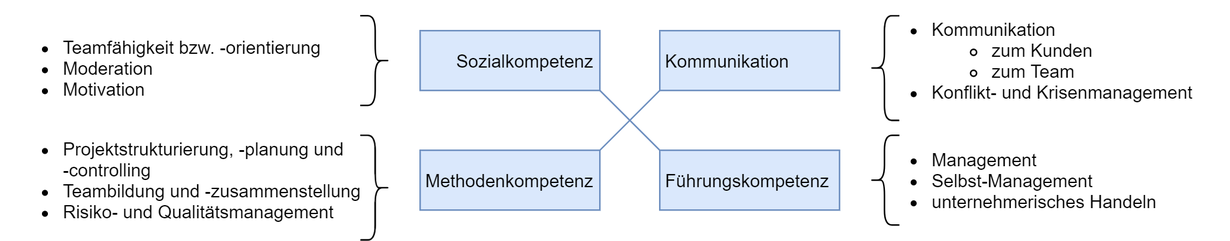
This is src/main/resources/images/kompetenzen_projektleiter_001.png from algoristic/dewey, a draw.io export, as it was before one commit. Source tidied: cells renumbered, new cells last; positions are measured from the earlier drawing's top-left corner, leaving out a move shared by most shapes.
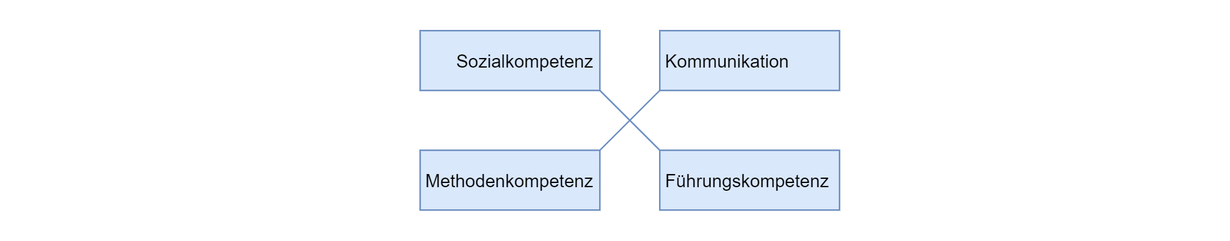
Above is the later version.

Commit message:
💄 Darkmode auch bei Bildern

Diff of the diagram source:
```diff
@@ -1,4 +1,4 @@
-<mxGraphModel>
+<mxGraphModel background="#3D3D3D">
   <root>
     <mxCell id="0" />
     <mxCell id="1" parent="0" />
@@ -20,28 +20,28 @@
     <mxCell id="7" style="endArrow=none;html=1;exitX=1;exitY=1;exitDx=0;exitDy=0;entryX=0;entryY=0;entryDx=0;entryDy=0;fillColor=#dae8fc;strokeColor=#6c8ebf;" parent="1" edge="1" source="2" target="5">
       <mxGeometry relative="1" as="geometry" />
     </mxCell>
-    <mxCell id="8" value="&lt;ul&gt;&lt;li&gt;Management&lt;/li&gt;&lt;li&gt;Selbst-Management&lt;/li&gt;&lt;li&gt;unternehmerisches Handeln&lt;/li&gt;&lt;/ul&gt;" style="text;html=1;strokeColor=none;fillColor=none;align=left;verticalAlign=middle;whiteSpace=wrap;rounded=0;" parent="1" vertex="1">
+    <mxCell id="8" value="&lt;ul&gt;&lt;li&gt;Management&lt;/li&gt;&lt;li&gt;Selbst-Management&lt;/li&gt;&lt;li&gt;unternehmerisches Handeln&lt;/li&gt;&lt;/ul&gt;" style="text;html=1;strokeColor=none;fillColor=none;align=left;verticalAlign=middle;whiteSpace=wrap;rounded=0;fontColor=#FFFFFF;" parent="1" vertex="1">
       <mxGeometry x="580" y="90" width="210" height="40" as="geometry" />
     </mxCell>
-    <mxCell id="9" value="&lt;ul&gt;&lt;li&gt;Kommunikation&lt;/li&gt;&lt;ul&gt;&lt;li&gt;zum Kunden&lt;/li&gt;&lt;li&gt;zum Team&lt;/li&gt;&lt;/ul&gt;&lt;li&gt;Konflikt- und Krisenmanagement&lt;/li&gt;&lt;/ul&gt;" style="text;html=1;strokeColor=none;fillColor=none;align=left;verticalAlign=middle;whiteSpace=wrap;rounded=0;" parent="1" vertex="1">
+    <mxCell id="9" value="&lt;ul&gt;&lt;li&gt;Kommunikation&lt;/li&gt;&lt;ul&gt;&lt;li&gt;zum Kunden&lt;/li&gt;&lt;li&gt;zum Team&lt;/li&gt;&lt;/ul&gt;&lt;li&gt;Konflikt- und Krisenmanagement&lt;/li&gt;&lt;/ul&gt;" style="text;html=1;strokeColor=none;fillColor=none;align=left;verticalAlign=middle;whiteSpace=wrap;rounded=0;fontColor=#FFFFFF;" parent="1" vertex="1">
       <mxGeometry x="580" width="240" height="60" as="geometry" />
     </mxCell>
-    <mxCell id="10" value="&lt;ul&gt;&lt;li&gt;Teamfähigkeit bzw. -orientierung&lt;/li&gt;&lt;li style=&quot;&quot;&gt;Moderation&lt;/li&gt;&lt;li style=&quot;&quot;&gt;Motivation&lt;/li&gt;&lt;/ul&gt;" style="text;html=1;strokeColor=none;fillColor=none;align=left;verticalAlign=middle;whiteSpace=wrap;rounded=0;" parent="1" vertex="1">
+    <mxCell id="10" value="&lt;ul&gt;&lt;li&gt;Teamfähigkeit bzw. -orientierung&lt;/li&gt;&lt;li style=&quot;&quot;&gt;Moderation&lt;/li&gt;&lt;li style=&quot;&quot;&gt;Motivation&lt;/li&gt;&lt;/ul&gt;" style="text;html=1;strokeColor=none;fillColor=none;align=left;verticalAlign=middle;whiteSpace=wrap;rounded=0;fontColor=#FFFFFF;" parent="1" vertex="1">
       <mxGeometry y="10" width="250" height="50" as="geometry" />
     </mxCell>
-    <mxCell id="11" value="&lt;ul&gt;&lt;li&gt;Projektstrukturierung, -planung und&lt;br&gt;-controlling&lt;/li&gt;&lt;li&gt;Teambildung und -zusammenstellung&lt;/li&gt;&lt;li&gt;Risiko- und Qualitätsmanagement&lt;/li&gt;&lt;/ul&gt;" style="text;html=1;strokeColor=none;fillColor=none;align=left;verticalAlign=middle;whiteSpace=wrap;rounded=0;" parent="1" vertex="1">
+    <mxCell id="11" value="&lt;ul&gt;&lt;li&gt;Projektstrukturierung, -planung und&lt;br&gt;-controlling&lt;/li&gt;&lt;li&gt;Teambildung und -zusammenstellung&lt;/li&gt;&lt;li&gt;Risiko- und Qualitätsmanagement&lt;/li&gt;&lt;/ul&gt;" style="text;html=1;strokeColor=none;fillColor=none;align=left;verticalAlign=middle;whiteSpace=wrap;rounded=0;fontColor=#FFFFFF;" parent="1" vertex="1">
       <mxGeometry y="75" width="250" height="70" as="geometry" />
     </mxCell>
-    <mxCell id="12" style="shape=curlyBracket;whiteSpace=wrap;html=1;rounded=1;shadow=0;glass=0;sketch=0;align=left;" parent="1" vertex="1">
+    <mxCell id="12" style="shape=curlyBracket;whiteSpace=wrap;html=1;rounded=1;shadow=0;glass=0;sketch=0;align=left;strokeColor=#FFFFFF;" parent="1" vertex="1">
       <mxGeometry x="580" width="20" height="70" as="geometry" />
     </mxCell>
-    <mxCell id="13" style="shape=curlyBracket;whiteSpace=wrap;html=1;rounded=1;shadow=0;glass=0;sketch=0;align=left;" parent="1" vertex="1">
+    <mxCell id="13" style="shape=curlyBracket;whiteSpace=wrap;html=1;rounded=1;shadow=0;glass=0;sketch=0;align=left;strokeColor=#FFFFFF;" parent="1" vertex="1">
       <mxGeometry x="580" y="80" width="20" height="60" as="geometry" />
     </mxCell>
-    <mxCell id="14" style="shape=curlyBracket;whiteSpace=wrap;html=1;rounded=1;shadow=0;glass=0;sketch=0;align=left;rotation=-180;" parent="1" vertex="1">
+    <mxCell id="14" style="shape=curlyBracket;whiteSpace=wrap;html=1;rounded=1;shadow=0;glass=0;sketch=0;align=left;rotation=-180;fontColor=#FFFFFF;strokeColor=#FFFFFF;" parent="1" vertex="1">
       <mxGeometry x="240" width="20" height="60" as="geometry" />
     </mxCell>
-    <mxCell id="15" style="shape=curlyBracket;whiteSpace=wrap;html=1;rounded=1;shadow=0;glass=0;sketch=0;align=left;rotation=-180;" parent="1" vertex="1">
+    <mxCell id="15" style="shape=curlyBracket;whiteSpace=wrap;html=1;rounded=1;shadow=0;glass=0;sketch=0;align=left;rotation=-180;fontColor=#FFFFFF;strokeColor=#FFFFFF;" parent="1" vertex="1">
       <mxGeometry x="240" y="80" width="20" height="70" as="geometry" />
     </mxCell>
   </root>
```
